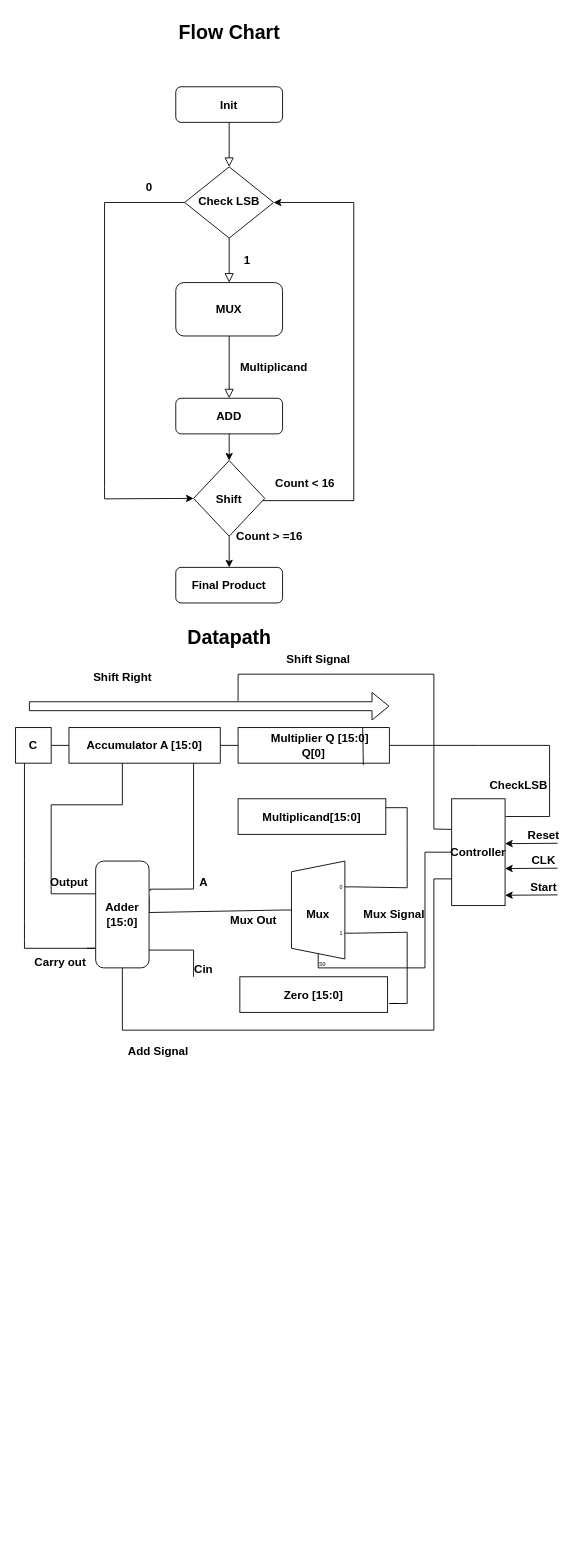
Before: SeqMul.drawio in Hamzaweb49/seqmultiplier, a draw.io diagram. Source tidied: cells renumbered, new cells numbered last; positions are measured from the earlier drawing's top-left corner, leaving out a move shared by most shapes. Both pictures are drawn from the tidied source at 89%, with x=0, y=0 at pixel (15, 15).
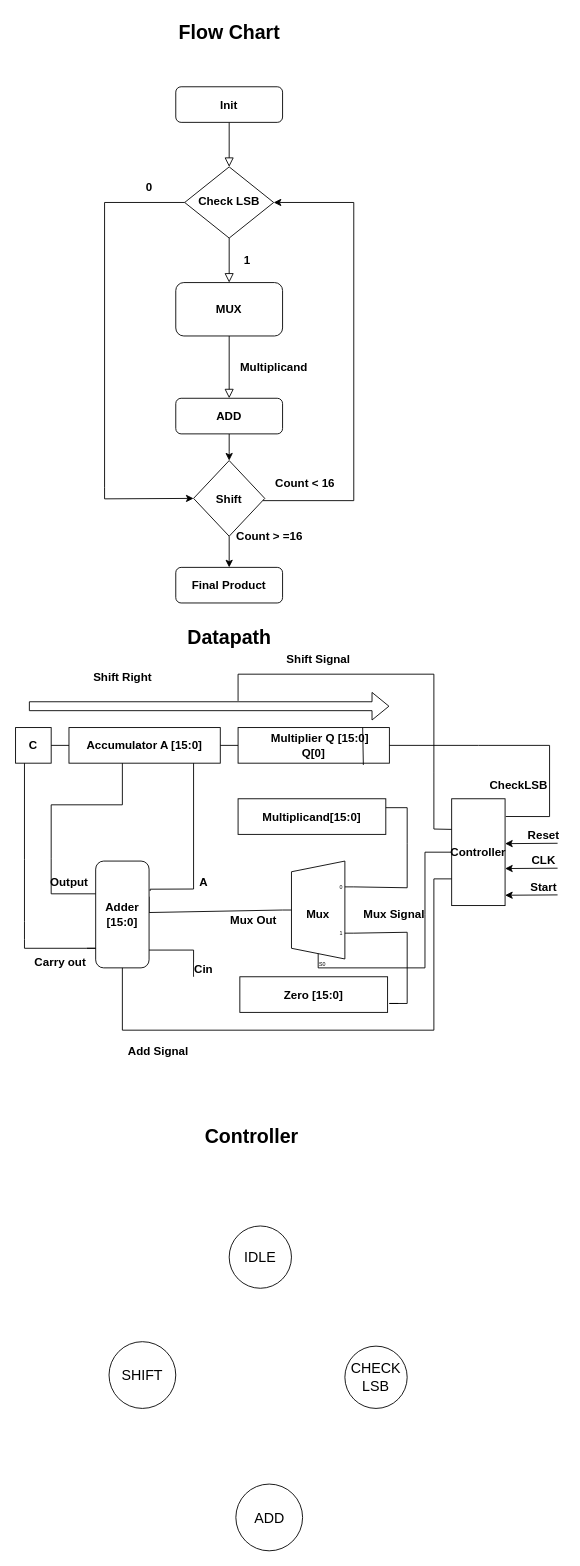
The same diagram, later.

Change to the diagram source:
```diff
@@
+    <mxCell id="61" value="&lt;b&gt;&lt;font style=&quot;font-size: 22px;&quot;&gt;Controller&lt;/font&gt;&lt;/b&gt;" style="text;html=1;align=center;verticalAlign=middle;strokeColor=none;fillColor=none;" parent="1" vertex="1">
+      <mxGeometry x="205" y="1240" width="120" height="40" as="geometry" />
+    </mxCell>
+    <mxCell id="62" value="IDLE" style="ellipse;whiteSpace=wrap;html=1;fontSize=16;" parent="1" vertex="1">
+      <mxGeometry x="240" y="1360" width="70" height="70" as="geometry" />
+    </mxCell>
+    <mxCell id="63" value="CHECK&lt;br&gt;LSB" style="ellipse;whiteSpace=wrap;html=1;fontSize=16;" parent="1" vertex="1">
+      <mxGeometry x="370" y="1495" width="70" height="70" as="geometry" />
+    </mxCell>
+    <mxCell id="64" value="ADD" style="ellipse;whiteSpace=wrap;html=1;fontSize=16;" parent="1" vertex="1">
+      <mxGeometry x="247.5" y="1650" width="75" height="75" as="geometry" />
+    </mxCell>
+    <mxCell id="65" value="SHIFT" style="ellipse;whiteSpace=wrap;html=1;fontSize=16;" parent="1" vertex="1">
+      <mxGeometry x="105" y="1490" width="75" height="75" as="geometry" />
+    </mxCell>
```
